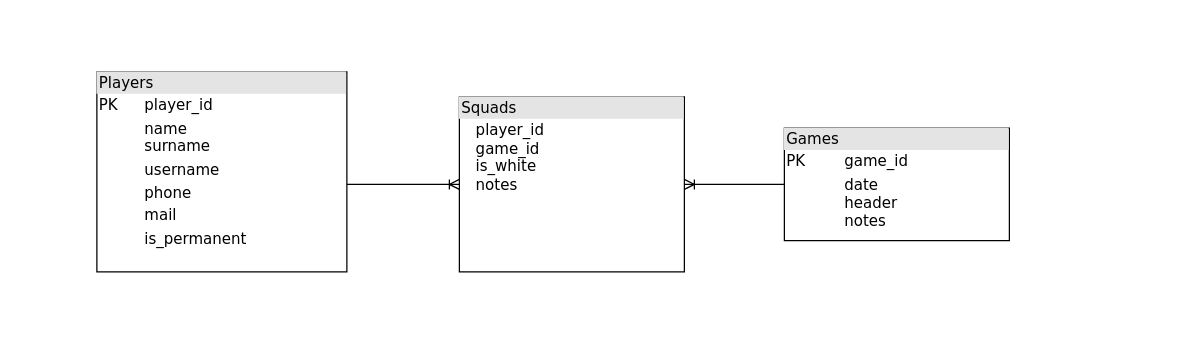
Above: doc/meczyki_entities.drawio in marcin-zyrkowski/meczyki2.0 (draw.io), before the change. Source tidied: cells renumbered, new cells numbered last; positions are measured from the earlier drawing's top-left corner, leaving out a move shared by most shapes. Both pictures are drawn from the tidied source at 125%, with x=0, y=0 at pixel (96, 71).
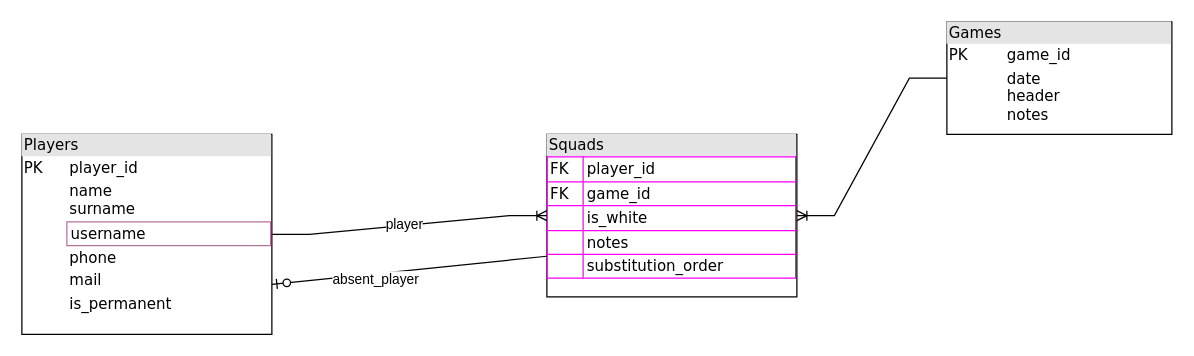
The same diagram, later.

Change to the diagram source:
```diff
@@
 <mxGraphModel>
   <root>
     <mxCell id="0" />
     <mxCell id="1" parent="0" />
-    <mxCell id="2" value="&lt;div style=&quot;box-sizing:border-box;width:100%;background:#e4e4e4;padding:2px;&quot;&gt;Players&lt;/div&gt;&lt;table style=&quot;width:100%;font-size:1em;&quot; cellpadding=&quot;2&quot; cellspacing=&quot;0&quot;&gt;&lt;tbody&gt;&lt;tr&gt;&lt;td&gt;PK&lt;/td&gt;&lt;td&gt;player_id&lt;/td&gt;&lt;/tr&gt;&lt;tr&gt;&lt;td&gt;&lt;/td&gt;&lt;td&gt;name&lt;br&gt;surname&lt;br&gt;&lt;/td&gt;&lt;/tr&gt;&lt;tr&gt;&lt;td&gt;&lt;br&gt;&lt;/td&gt;&lt;td&gt;username&lt;/td&gt;&lt;/tr&gt;&lt;tr&gt;&lt;td&gt;&lt;br&gt;&lt;/td&gt;&lt;td&gt;phone&lt;/td&gt;&lt;/tr&gt;&lt;tr&gt;&lt;td&gt;&lt;br&gt;&lt;/td&gt;&lt;td&gt;mail&lt;br&gt;&lt;/td&gt;&lt;/tr&gt;&lt;tr&gt;&lt;td&gt;&lt;br&gt;&lt;/td&gt;&lt;td&gt;is_permanent&lt;/td&gt;&lt;/tr&gt;&lt;/tbody&gt;&lt;/table&gt;" style="verticalAlign=top;align=left;overflow=fill;html=1;rounded=0;shadow=0;comic=0;labelBackgroundColor=none;strokeWidth=1;fontFamily=Verdana;fontSize=12;" parent="1" vertex="1">
-      <mxGeometry width="200" height="160" as="geometry" />
+    <mxCell id="2" value="&lt;div style=&quot;box-sizing:border-box;width:100%;background:#e4e4e4;padding:2px;&quot;&gt;Players&lt;/div&gt;&lt;table style=&quot;width:100%;font-size:1em;&quot; cellpadding=&quot;2&quot; cellspacing=&quot;0&quot;&gt;&lt;tbody&gt;&lt;tr&gt;&lt;td&gt;PK&lt;/td&gt;&lt;td&gt;player_id&lt;/td&gt;&lt;/tr&gt;&lt;tr&gt;&lt;td&gt;&lt;/td&gt;&lt;td&gt;name&lt;br&gt;surname&lt;br&gt;&lt;/td&gt;&lt;/tr&gt;&lt;tr&gt;&lt;td&gt;&lt;br&gt;&lt;/td&gt;&lt;td style=&quot;border: 1px solid rgb(181, 115, 157); border-collapse: collapse;&quot; border=&quot;1&quot;&gt;username&lt;/td&gt;&lt;/tr&gt;&lt;tr&gt;&lt;td&gt;&lt;br&gt;&lt;/td&gt;&lt;td&gt;phone&lt;/td&gt;&lt;/tr&gt;&lt;tr&gt;&lt;td&gt;&lt;br&gt;&lt;/td&gt;&lt;td&gt;mail&lt;br&gt;&lt;/td&gt;&lt;/tr&gt;&lt;tr&gt;&lt;td&gt;&lt;br&gt;&lt;/td&gt;&lt;td&gt;is_permanent&lt;/td&gt;&lt;/tr&gt;&lt;/tbody&gt;&lt;/table&gt;" style="verticalAlign=top;align=left;overflow=fill;html=1;rounded=0;shadow=0;comic=0;labelBackgroundColor=none;strokeWidth=1;fontFamily=Verdana;fontSize=12;" parent="1" vertex="1">
+      <mxGeometry x="-60" y="50" width="200" height="160" as="geometry" />
     </mxCell>
     <mxCell id="3" value="&lt;div style=&quot;box-sizing:border-box;width:100%;background:#e4e4e4;padding:2px;&quot;&gt;Games&lt;/div&gt;&lt;table style=&quot;width:100%;font-size:1em;&quot; cellpadding=&quot;2&quot; cellspacing=&quot;0&quot;&gt;&lt;tbody&gt;&lt;tr&gt;&lt;td&gt;PK&lt;/td&gt;&lt;td&gt;game_id&lt;/td&gt;&lt;/tr&gt;&lt;tr&gt;&lt;td&gt;&lt;/td&gt;&lt;td&gt;date&lt;br&gt;header&lt;br&gt;notes&lt;/td&gt;&lt;/tr&gt;&lt;/tbody&gt;&lt;/table&gt;" style="verticalAlign=top;align=left;overflow=fill;html=1;rounded=0;shadow=0;comic=0;labelBackgroundColor=none;strokeWidth=1;fontFamily=Verdana;fontSize=12;" parent="1" vertex="1">
-      <mxGeometry x="550" y="45" width="180" height="90" as="geometry" />
+      <mxGeometry x="680" y="-40" width="180" height="90" as="geometry" />
     </mxCell>
-    <mxCell id="4" value="&lt;div style=&quot;box-sizing:border-box;width:100%;background:#e4e4e4;padding:2px;&quot;&gt;Squads&lt;/div&gt;&lt;table style=&quot;width:100%;font-size:1em;&quot; cellpadding=&quot;2&quot; cellspacing=&quot;0&quot;&gt;&lt;tbody&gt;&lt;tr&gt;&lt;td&gt;&lt;/td&gt;&lt;td&gt;player_id&lt;br&gt;game_id&lt;br&gt;is_white&lt;br&gt;notes&lt;/td&gt;&lt;/tr&gt;&lt;/tbody&gt;&lt;/table&gt;" style="verticalAlign=top;align=left;overflow=fill;html=1;rounded=0;shadow=0;comic=0;labelBackgroundColor=none;strokeWidth=1;fontFamily=Verdana;fontSize=12;" parent="1" vertex="1">
-      <mxGeometry x="290" y="20" width="180" height="140" as="geometry" />
+    <mxCell id="4" value="&lt;div style=&quot;box-sizing:border-box;width:100%;background:#e4e4e4;padding:2px;&quot;&gt;Squads&lt;/div&gt;&lt;table border=&quot;1&quot; style=&quot;width: 100%; font-size: 1em; border: 1px solid rgb(255, 0, 255); border-collapse: collapse;&quot; cellpadding=&quot;2&quot; cellspacing=&quot;0&quot;&gt;&lt;tbody&gt;&lt;tr&gt;&lt;td&gt;FK&lt;/td&gt;&lt;td style=&quot;border-collapse: collapse;&quot; border=&quot;1&quot;&gt;player_id&lt;/td&gt;&lt;/tr&gt;&lt;tr&gt;&lt;td&gt;FK&lt;/td&gt;&lt;td&gt;game_id&lt;br&gt;&lt;/td&gt;&lt;/tr&gt;&lt;tr&gt;&lt;td&gt;&lt;br&gt;&lt;/td&gt;&lt;td&gt;is_white&lt;br&gt;&lt;/td&gt;&lt;/tr&gt;&lt;tr&gt;&lt;td&gt;&lt;br&gt;&lt;/td&gt;&lt;td style=&quot;&quot;&gt;notes&lt;br&gt;&lt;/td&gt;&lt;/tr&gt;&lt;tr&gt;&lt;td&gt;&lt;br&gt;&lt;/td&gt;&lt;td&gt;substitution_order&lt;br&gt;&lt;/td&gt;&lt;/tr&gt;&lt;/tbody&gt;&lt;/table&gt;" style="verticalAlign=top;align=left;overflow=fill;html=1;rounded=0;shadow=0;comic=0;labelBackgroundColor=none;strokeWidth=1;fontFamily=Verdana;fontSize=12;" parent="1" vertex="1">
+      <mxGeometry x="360" y="50" width="200" height="130" as="geometry" />
     </mxCell>
-    <mxCell id="5" style="edgeStyle=entityRelationEdgeStyle;fontSize=12;html=1;endArrow=ERoneToMany;rounded=0;entryX=0;entryY=0.5;entryDx=0;entryDy=0;" parent="1" edge="1" target="4">
-      <mxGeometry relative="1" as="geometry">
-        <mxPoint x="200" y="90" as="sourcePoint" />
-      </mxGeometry>
+    <mxCell id="5" style="edgeStyle=entityRelationEdgeStyle;fontSize=12;html=1;endArrow=ERoneToMany;rounded=0;entryX=0;entryY=0.5;entryDx=0;entryDy=0;exitX=1;exitY=0.5;exitDx=0;exitDy=0;" parent="1" edge="1" source="2" target="4">
+      <mxGeometry relative="1" as="geometry" />
     </mxCell>
+    <mxCell id="7" value="player" style="edgeLabel;html=1;align=center;verticalAlign=middle;" parent="5" vertex="1">
+      <mxGeometry x="-0.04" y="1" relative="1" as="geometry" />
+    </mxCell>
     <mxCell id="6" style="edgeStyle=entityRelationEdgeStyle;fontSize=12;html=1;endArrow=ERoneToMany;rounded=0;exitX=0;exitY=0.5;exitDx=0;exitDy=0;entryX=1;entryY=0.5;entryDx=0;entryDy=0;" parent="1" edge="1" source="3" target="4">
       <mxGeometry relative="1" as="geometry" />
     </mxCell>
+    <mxCell id="8" style="fontSize=12;html=1;endArrow=ERzeroToOne;endFill=1;rounded=0;strokeColor=default;entryX=1;entryY=0.75;entryDx=0;entryDy=0;exitX=0;exitY=0.75;exitDx=0;exitDy=0;" parent="1" edge="1" source="4" target="2">
+      <mxGeometry relative="1" as="geometry" />
+    </mxCell>
+    <mxCell id="9" value="absent_player" style="edgeLabel;html=1;align=center;verticalAlign=middle;" parent="8" vertex="1">
+      <mxGeometry x="0.26" y="4" relative="1" as="geometry" />
+    </mxCell>
   </root>
 </mxGraphModel>
```
